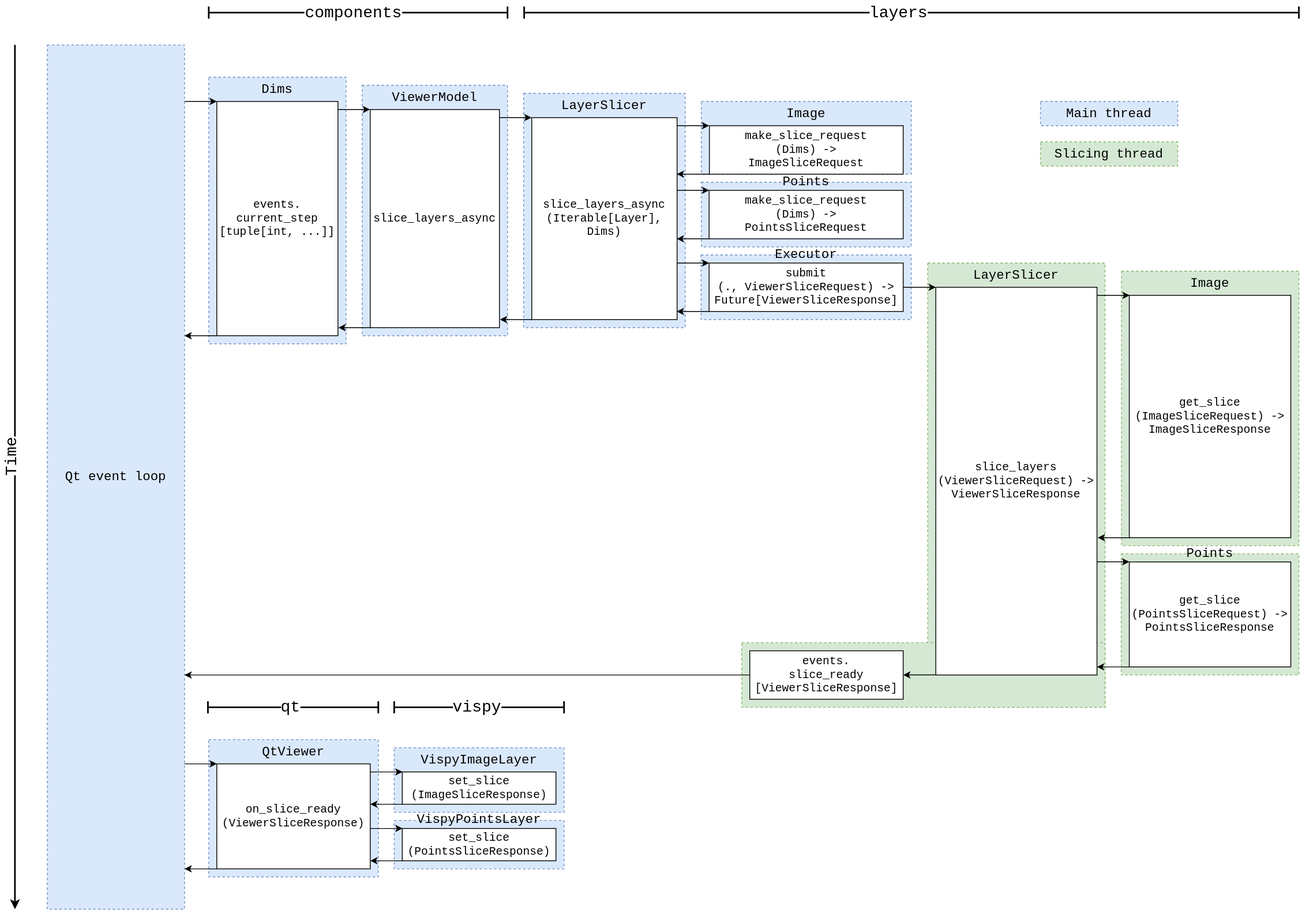
The draw.io diagram napari-slicing-async-calls.drawio.svg in andy-sweet/napari-diagrams, before a commit. Source tidied: cells renumbered, new cells last; positions are measured from the earlier drawing's top-left corner, leaving out a move shared by most shapes.
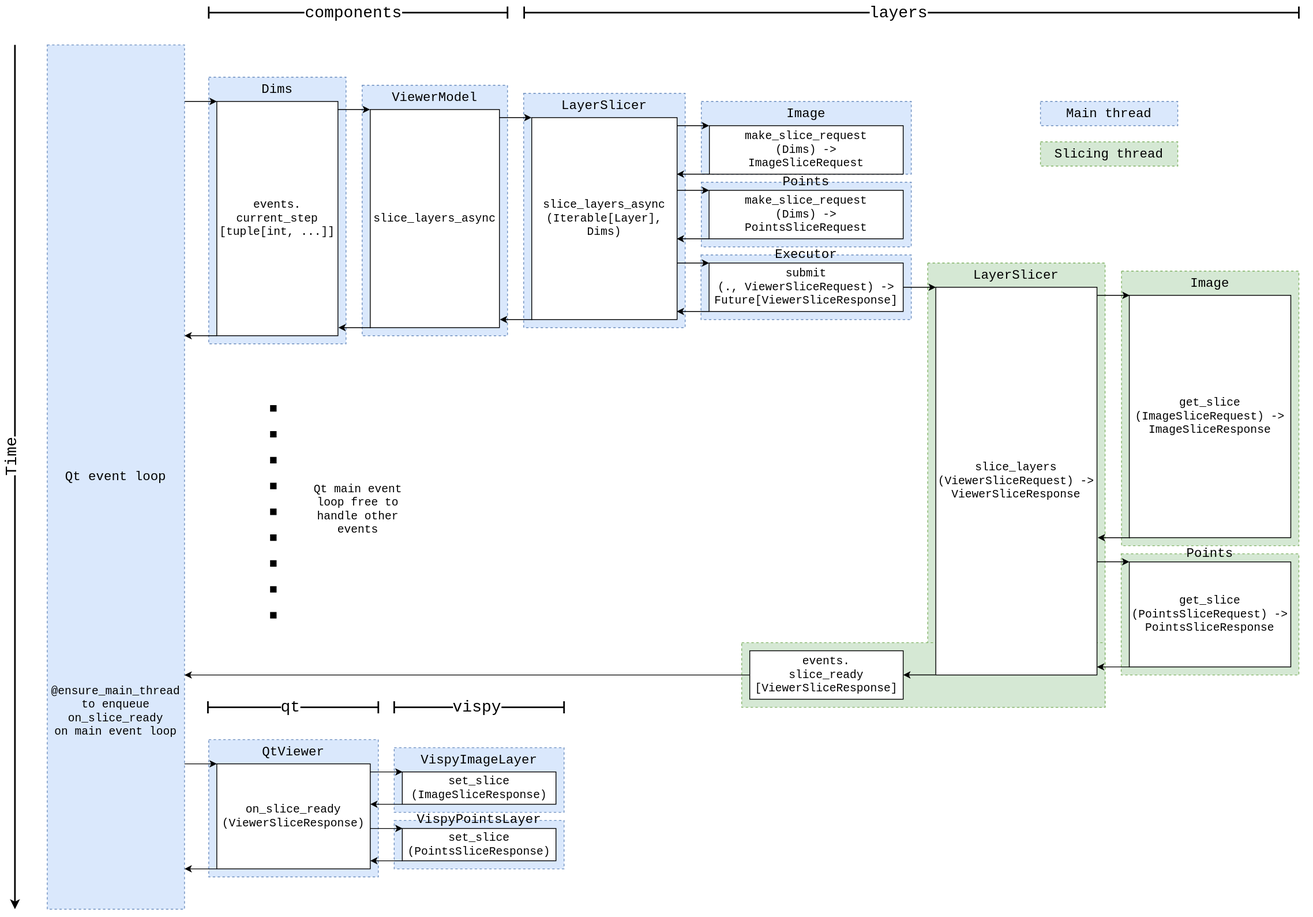
After the commit.

Change to the diagram source:
```diff
@@ -284,5 +284,17 @@
     <mxCell id="65" value="make_slice_request&lt;br style=&quot;font-size: 14px;&quot;&gt;(Dims) -&amp;gt;&lt;br style=&quot;font-size: 14px;&quot;&gt;PointsSliceRequest" style="rounded=0;whiteSpace=wrap;html=1;fontSize=14;fontFamily=Courier New;" parent="1" vertex="1">
       <mxGeometry x="859.6" y="220" width="240.4" height="60" as="geometry" />
     </mxCell>
+    <mxCell id="66" style="endArrow=none;dashed=1;html=1;dashPattern=1 3;strokeWidth=8;rounded=0;" parent="1" edge="1">
+      <mxGeometry relative="1" as="geometry">
+        <mxPoint x="320" y="750" as="sourcePoint" />
+        <mxPoint x="320" y="470" as="targetPoint" />
+      </mxGeometry>
+    </mxCell>
+    <mxCell id="67" value="&lt;font face=&quot;Courier New&quot; style=&quot;font-size: 14px;&quot;&gt;Qt main event loop free to handle other events&lt;/font&gt;" style="text;html=1;strokeColor=none;fillColor=none;align=center;verticalAlign=middle;whiteSpace=wrap;rounded=0;" parent="1" vertex="1">
+      <mxGeometry x="350" y="570" width="150" height="90" as="geometry" />
+    </mxCell>
+    <mxCell id="68" value="&lt;font face=&quot;Courier New&quot; style=&quot;font-size: 14px;&quot;&gt;@ensure_main_thread to enqueue on_slice_ready&lt;br&gt;on main event loop&lt;br&gt;&lt;/font&gt;" style="text;html=1;strokeColor=none;fillColor=none;align=center;verticalAlign=middle;whiteSpace=wrap;rounded=0;" parent="1" vertex="1">
+      <mxGeometry x="40" y="820" width="170" height="90" as="geometry" />
+    </mxCell>
   </root>
 </mxGraphModel>
```
